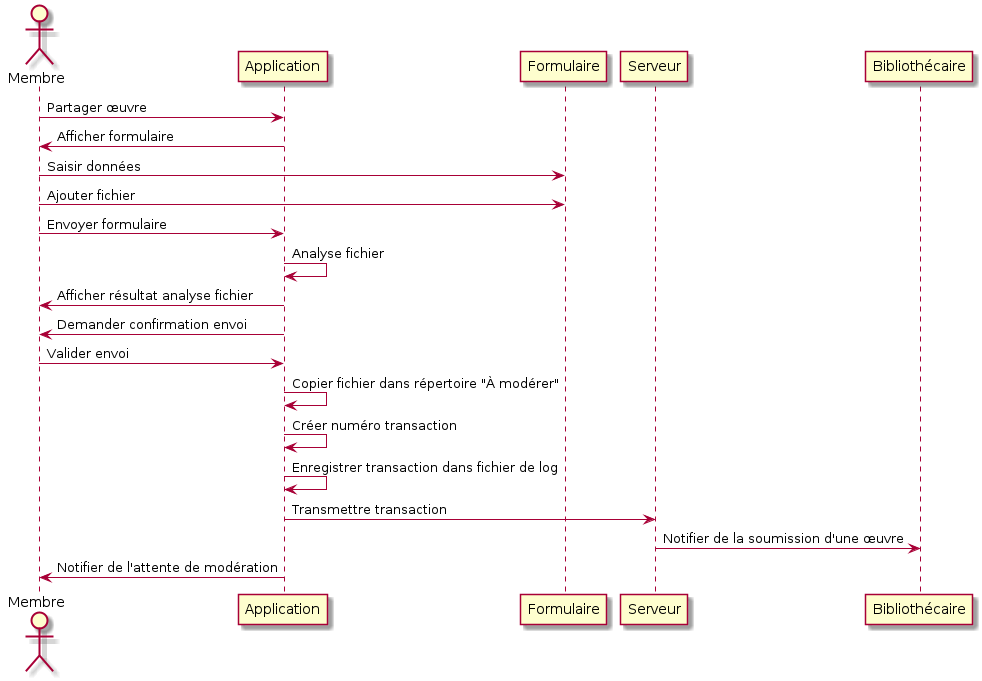
Earlier version of the PlantUML export GénieLogiciel/Diagrammes/Sequence_system_Déposer_une_œuvre_numérisée.png (michaellaunay/CoursInformatique). Source of this version:
```plantuml
@startuml
actor Membre
Membre -> Application : Partager œuvre
Application -> Membre : Afficher formulaire
Membre -> Formulaire : Saisir données
Membre -> Formulaire : Ajouter fichier
Membre -> Application : Envoyer formulaire
Application -> Application : Analyse fichier
Application -> Membre : Afficher résultat analyse fichier
Application -> Membre : Demander confirmation envoi
Membre -> Application : Valider envoi
Application -> Application : Copier fichier dans répertoire "À modérer"
Application -> Application : Créer numéro transaction
Application -> Application : Enregistrer transaction dans fichier de log
Application -> Serveur : Transmettre transaction
Serveur -> Bibliothécaire : Notifier de la soumission d'une œuvre
Application -> Membre : Notifier de l'attente de modération
@enduml
```
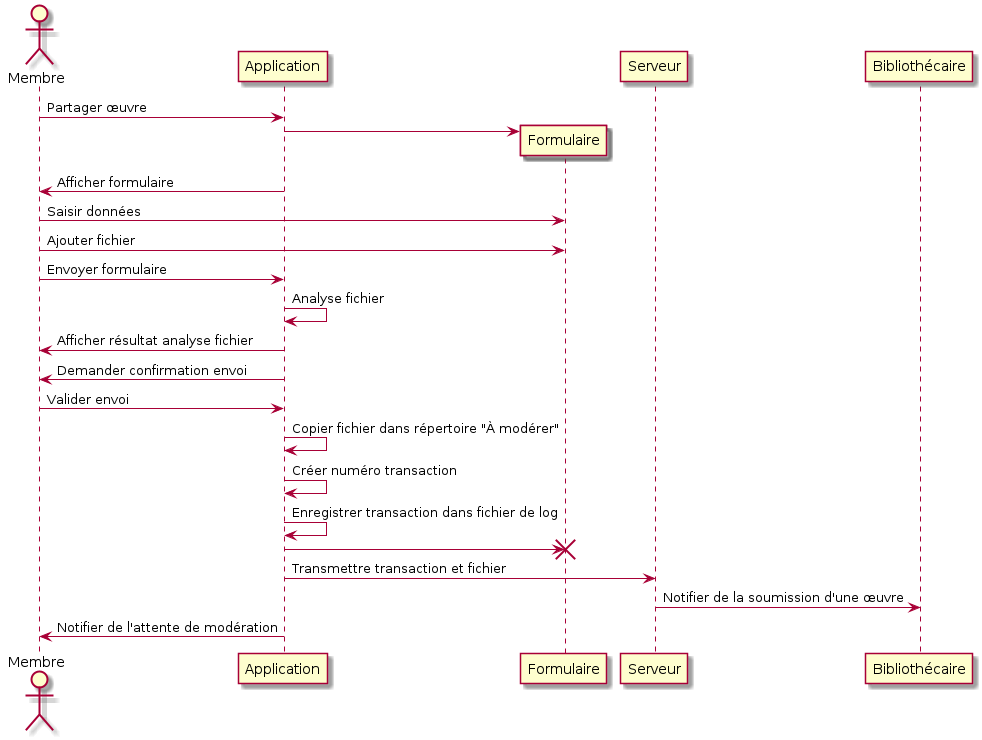
Above is the later version.

Diff of the diagram source:
```diff
@@ -1,6 +1,8 @@
 @startuml
 actor Membre
 Membre -> Application : Partager œuvre
+create Formulaire
+Application -> Formulaire
 Application -> Membre : Afficher formulaire
 Membre -> Formulaire : Saisir données
 Membre -> Formulaire : Ajouter fichier
@@ -12,7 +14,9 @@
 Application -> Application : Copier fichier dans répertoire "À modérer"
 Application -> Application : Créer numéro transaction
 Application -> Application : Enregistrer transaction dans fichier de log
-Application -> Serveur : Transmettre transaction
+Application -> Formulaire
+destroy Formulaire
+Application -> Serveur : Transmettre transaction et fichier
 Serveur -> Bibliothécaire : Notifier de la soumission d'une œuvre
 Application -> Membre : Notifier de l'attente de modération
 @enduml
```
